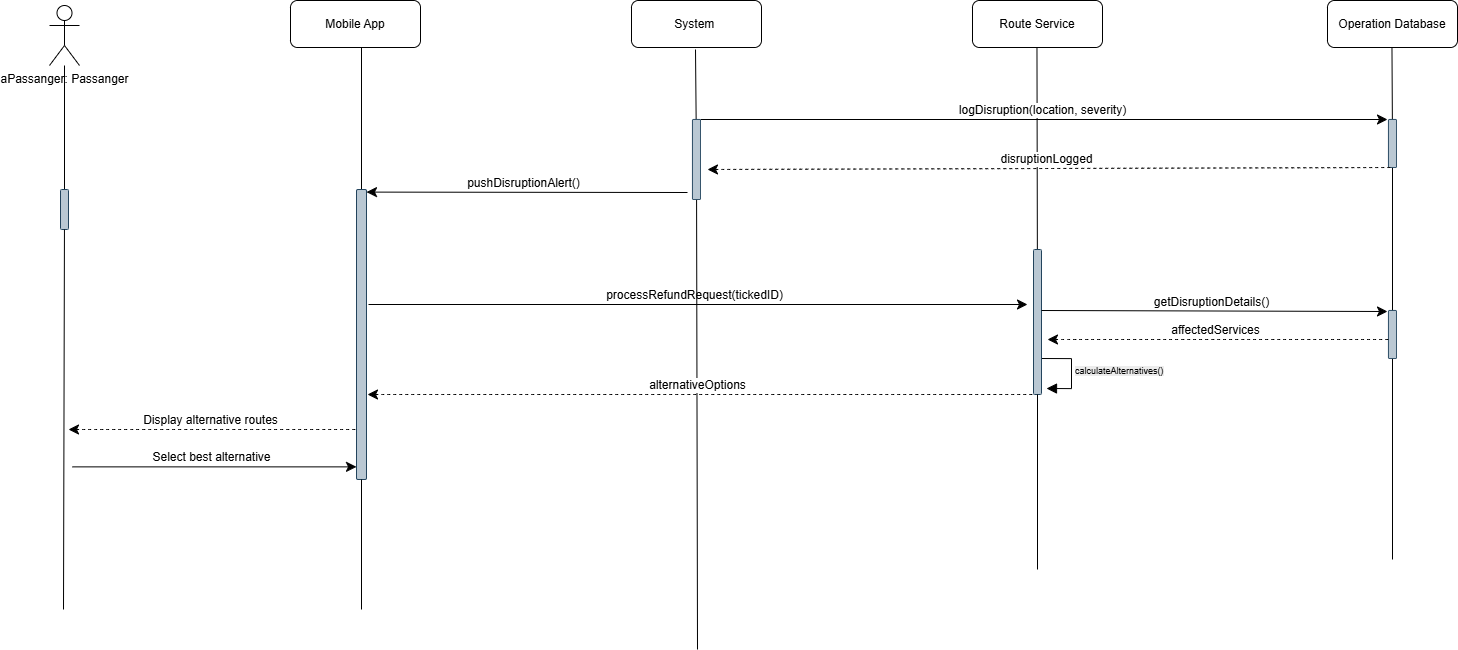
inviona/Software-Engineering-Analysis-and-Design-Project keeps this draw.io diagram as Sequence Diagrams/SequenceDiagramScenario11.png. Above is the earlier version. Source tidied: cells renumbered, new cells last; positions are measured from the earlier drawing's top-left corner, leaving out a move shared by most shapes.
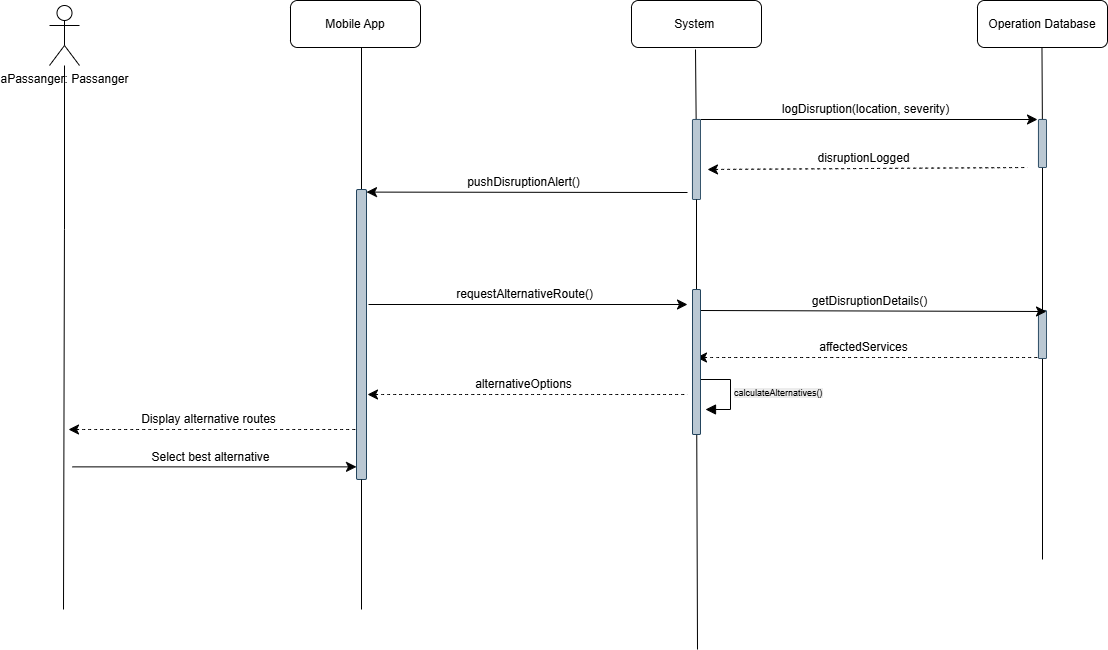
After the change.

Commit message:
updated sequence diagrams

What changed in the source:
```diff
@@ -4,10 +4,10 @@
     <mxCell id="1" parent="0" />
     <mxCell id="2" value="&lt;span style=&quot;font-size: 9px; text-align: center; background-color: rgb(236, 236, 236);&quot;&gt;calculateAlternatives()&lt;/span&gt;" style="html=1;align=left;spacingLeft=2;endArrow=block;rounded=0;edgeStyle=orthogonalEdgeStyle;curved=0;rounded=0;fontSize=12;startSize=8;endSize=8;" parent="1" edge="1">
       <mxGeometry relative="1" as="geometry">
-        <mxPoint x="992" y="358" as="sourcePoint" />
-        <mxPoint x="997" y="388" as="targetPoint" />
+        <mxPoint x="651" y="379" as="sourcePoint" />
+        <mxPoint x="656" y="409" as="targetPoint" />
         <Array as="points">
-          <mxPoint x="1022" y="388" />
+          <mxPoint x="681" y="409" />
         </Array>
       </mxGeometry>
     </mxCell>
@@ -20,9 +20,6 @@
     <mxCell id="5" value="System&amp;nbsp;" style="rounded=1;whiteSpace=wrap;html=1;" parent="1" vertex="1">
       <mxGeometry x="582" width="130" height="47" as="geometry" />
     </mxCell>
-    <mxCell id="6" value="Route Service" style="rounded=1;whiteSpace=wrap;html=1;" parent="1" vertex="1">
-      <mxGeometry x="923" width="130" height="47" as="geometry" />
-    </mxCell>
     <mxCell id="7" style="edgeStyle=none;curved=1;rounded=0;jettySize=auto;html=1;fontSize=12;startSize=8;endSize=8;endArrow=none;startFill=0;" parent="1" edge="1" target="8">
       <mxGeometry relative="1" as="geometry">
         <mxPoint x="312" y="47" as="sourcePoint" />
@@ -56,30 +53,23 @@
     <mxCell id="13" style="endArrow=classic;html=1;rounded=0;fontSize=12;startSize=8;endSize=8;curved=1;" parent="1" edge="1">
       <mxGeometry relative="1" as="geometry">
         <mxPoint x="319" y="304" as="sourcePoint" />
-        <mxPoint x="978" y="304" as="targetPoint" />
+        <mxPoint x="638" y="304" as="targetPoint" />
       </mxGeometry>
     </mxCell>
-    <mxCell id="14" value="processRefundRequest(tickedID)" style="edgeLabel;html=1;align=center;verticalAlign=middle;fontSize=12;" parent="13" vertex="1">
+    <mxCell id="14" value="requestAlternativeRoute()" style="edgeLabel;html=1;align=center;verticalAlign=middle;fontSize=12;" parent="13" vertex="1">
       <mxGeometry relative="1" as="geometry">
         <mxPoint x="-4" y="-10" as="offset" />
       </mxGeometry>
     </mxCell>
-    <mxCell id="15" style="edgeStyle=none;curved=1;rounded=0;jettySize=auto;html=1;fontSize=12;startSize=8;endSize=8;endArrow=none;startFill=0;" parent="1" edge="1" source="38">
+    <mxCell id="15" style="edgeStyle=none;curved=1;rounded=0;jettySize=auto;html=1;fontSize=12;startSize=8;endSize=8;endArrow=none;startFill=0;" parent="1" edge="1" source="44">
       <mxGeometry relative="1" as="geometry">
         <mxPoint x="648" y="649" as="targetPoint" />
       </mxGeometry>
     </mxCell>
-    <mxCell id="16" style="edgeStyle=none;curved=1;rounded=0;jettySize=auto;html=1;fontSize=12;startSize=8;endSize=8;endArrow=none;startFill=0;" parent="1" edge="1" target="17">
-      <mxGeometry relative="1" as="geometry">
-        <mxPoint x="987.5" y="47" as="sourcePoint" />
-      </mxGeometry>
-    </mxCell>
-    <mxCell id="17" style="rounded=1;whiteSpace=wrap;html=1;fillColor=#bac8d3;strokeColor=#23445d;" parent="1" vertex="1">
-      <mxGeometry x="984" y="249" width="8" height="145" as="geometry" />
-    </mxCell>
-    <mxCell id="18" style="endArrow=none;html=1;rounded=0;fontSize=12;startSize=8;endSize=8;curved=1;startArrow=classic;startFill=1;dashed=1;entryX=0.25;entryY=1;entryDx=0;entryDy=0;" parent="1" edge="1" target="17">
+    <mxCell id="18" style="endArrow=none;html=1;rounded=0;fontSize=12;startSize=8;endSize=8;curved=1;startArrow=classic;startFill=1;dashed=1;" parent="1" edge="1">
       <mxGeometry relative="1" as="geometry">
         <mxPoint x="318" y="394" as="sourcePoint" />
+        <mxPoint x="638" y="394" as="targetPoint" />
       </mxGeometry>
     </mxCell>
     <mxCell id="19" value="alternativeOptions" style="edgeLabel;html=1;align=center;verticalAlign=middle;fontSize=12;" parent="18" vertex="1">
@@ -87,18 +77,17 @@
         <mxPoint x="-4" y="-10" as="offset" />
       </mxGeometry>
     </mxCell>
-    <mxCell id="20" style="edgeStyle=none;curved=1;rounded=0;jettySize=auto;html=1;fontSize=12;startSize=8;endSize=8;endArrow=none;startFill=0;" parent="1" edge="1" source="3" target="21">
-      <mxGeometry relative="1" as="geometry" />
+    <mxCell id="20" style="edgeStyle=none;curved=1;rounded=0;jettySize=auto;html=1;fontSize=12;startSize=8;endSize=8;endArrow=none;startFill=0;" parent="1" edge="1" source="3">
+      <mxGeometry relative="1" as="geometry">
+        <mxPoint x="15" y="229" as="targetPoint" />
+      </mxGeometry>
     </mxCell>
-    <mxCell id="21" style="rounded=1;whiteSpace=wrap;html=1;fillColor=#bac8d3;strokeColor=#23445d;" parent="1" vertex="1">
-      <mxGeometry x="11" y="189" width="8" height="40" as="geometry" />
-    </mxCell>
     <mxCell id="22" value="Operation Database" style="rounded=1;whiteSpace=wrap;html=1;" parent="1" vertex="1">
-      <mxGeometry x="1278" width="130" height="47" as="geometry" />
+      <mxGeometry x="928" width="130" height="47" as="geometry" />
     </mxCell>
     <mxCell id="23" style="edgeStyle=none;curved=1;rounded=0;jettySize=auto;html=1;fontSize=12;startSize=8;endSize=8;endArrow=none;startFill=0;" parent="1" edge="1" source="27">
       <mxGeometry relative="1" as="geometry">
-        <mxPoint x="1343" y="559" as="targetPoint" />
+        <mxPoint x="993" y="559" as="targetPoint" />
       </mxGeometry>
     </mxCell>
     <mxCell id="24" style="edgeStyle=none;curved=1;rounded=0;jettySize=auto;html=1;fontSize=12;startSize=8;endSize=8;endArrow=none;startFill=0;" parent="1" edge="1" source="8">
@@ -106,26 +95,22 @@
         <mxPoint x="312" y="609" as="targetPoint" />
       </mxGeometry>
     </mxCell>
-    <mxCell id="25" style="edgeStyle=none;curved=1;rounded=0;jettySize=auto;html=1;fontSize=12;startSize=8;endSize=8;endArrow=none;startFill=0;" parent="1" edge="1" source="17">
-      <mxGeometry relative="1" as="geometry">
-        <mxPoint x="988" y="569" as="targetPoint" />
-      </mxGeometry>
-    </mxCell>
     <mxCell id="26" style="edgeStyle=none;curved=1;rounded=0;jettySize=auto;html=1;fontSize=12;startSize=8;endSize=8;endArrow=none;startFill=0;" parent="1" edge="1" source="32" target="27">
       <mxGeometry relative="1" as="geometry" />
     </mxCell>
     <mxCell id="27" style="rounded=1;whiteSpace=wrap;html=1;fillColor=#bac8d3;strokeColor=#23445d;" parent="1" vertex="1">
-      <mxGeometry x="1339" y="310" width="8" height="48" as="geometry" />
+      <mxGeometry x="989" y="310" width="8" height="48" as="geometry" />
     </mxCell>
-    <mxCell id="28" style="edgeStyle=none;curved=1;rounded=0;jettySize=auto;html=1;fontSize=12;startSize=8;endSize=8;endArrow=none;startFill=0;" parent="1" edge="1" source="21">
+    <mxCell id="28" style="edgeStyle=none;curved=1;rounded=0;orthogonalLoop=1;jettySize=auto;html=1;fontSize=12;startSize=8;endSize=8;endArrow=none;startFill=0;" parent="1" edge="1">
       <mxGeometry relative="1" as="geometry">
+        <mxPoint x="15" y="229" as="sourcePoint" />
         <mxPoint x="14" y="609" as="targetPoint" />
       </mxGeometry>
     </mxCell>
     <mxCell id="29" style="endArrow=classic;html=1;rounded=0;fontSize=12;startSize=8;endSize=8;curved=1;" parent="1" edge="1">
       <mxGeometry relative="1" as="geometry">
         <mxPoint x="651" y="119" as="sourcePoint" />
-        <mxPoint x="1338" y="119" as="targetPoint" />
+        <mxPoint x="988" y="119" as="targetPoint" />
       </mxGeometry>
     </mxCell>
     <mxCell id="30" value="logDisruption(location, severity)" style="edgeLabel;html=1;align=center;verticalAlign=middle;fontSize=12;" parent="29" vertex="1">
@@ -135,16 +120,16 @@
     </mxCell>
     <mxCell id="31" style="edgeStyle=none;curved=1;rounded=0;jettySize=auto;html=1;fontSize=12;startSize=8;endSize=8;endArrow=none;startFill=0;" parent="1" edge="1" target="32">
       <mxGeometry relative="1" as="geometry">
-        <mxPoint x="1342.5" y="47" as="sourcePoint" />
+        <mxPoint x="992.5" y="47" as="sourcePoint" />
       </mxGeometry>
     </mxCell>
     <mxCell id="32" style="rounded=1;whiteSpace=wrap;html=1;fillColor=#bac8d3;strokeColor=#23445d;" parent="1" vertex="1">
-      <mxGeometry x="1339" y="119" width="8" height="48" as="geometry" />
+      <mxGeometry x="989" y="119" width="8" height="48" as="geometry" />
     </mxCell>
     <mxCell id="33" style="endArrow=none;html=1;rounded=0;fontSize=12;startSize=8;endSize=8;curved=1;startArrow=classic;startFill=1;dashed=1;endFill=1;" parent="1" edge="1">
       <mxGeometry relative="1" as="geometry">
         <mxPoint x="658" y="169" as="sourcePoint" />
-        <mxPoint x="1342" y="167" as="targetPoint" />
+        <mxPoint x="978" y="167" as="targetPoint" />
       </mxGeometry>
     </mxCell>
     <mxCell id="34" value="disruptionLogged" style="edgeLabel;html=1;align=center;verticalAlign=middle;fontSize=12;" parent="33" vertex="1">
@@ -173,8 +158,8 @@
     </mxCell>
     <mxCell id="39" style="endArrow=classic;html=1;rounded=0;fontSize=12;startSize=8;endSize=8;curved=1;" parent="1" edge="1">
       <mxGeometry relative="1" as="geometry">
-        <mxPoint x="992" y="310" as="sourcePoint" />
-        <mxPoint x="1338" y="311" as="targetPoint" />
+        <mxPoint x="651" y="310" as="sourcePoint" />
+        <mxPoint x="997" y="311" as="targetPoint" />
       </mxGeometry>
     </mxCell>
     <mxCell id="40" value="getDisruptionDetails()" style="edgeLabel;html=1;align=center;verticalAlign=middle;fontSize=12;" parent="39" vertex="1">
@@ -184,8 +169,8 @@
     </mxCell>
     <mxCell id="41" style="endArrow=none;html=1;rounded=0;fontSize=12;startSize=8;endSize=8;curved=1;startArrow=classic;startFill=1;dashed=1;endFill=1;" parent="1" edge="1">
       <mxGeometry relative="1" as="geometry">
-        <mxPoint x="998" y="339" as="sourcePoint" />
-        <mxPoint x="1339" y="339" as="targetPoint" />
+        <mxPoint x="647" y="357" as="sourcePoint" />
+        <mxPoint x="988" y="357" as="targetPoint" />
       </mxGeometry>
     </mxCell>
     <mxCell id="42" value="affectedServices" style="edgeLabel;html=1;align=center;verticalAlign=middle;fontSize=12;" parent="41" vertex="1">
@@ -193,5 +178,11 @@
         <mxPoint x="-4" y="-10" as="offset" />
       </mxGeometry>
     </mxCell>
+    <mxCell id="43" style="edgeStyle=none;curved=1;rounded=0;jettySize=auto;html=1;fontSize=12;startSize=8;endSize=8;endArrow=none;startFill=0;" parent="1" edge="1" source="38" target="44">
+      <mxGeometry relative="1" as="geometry" />
+    </mxCell>
+    <mxCell id="44" style="rounded=1;whiteSpace=wrap;html=1;fillColor=#bac8d3;strokeColor=#23445d;" parent="1" vertex="1">
+      <mxGeometry x="643" y="289" width="8" height="145" as="geometry" />
+    </mxCell>
   </root>
 </mxGraphModel>
```
